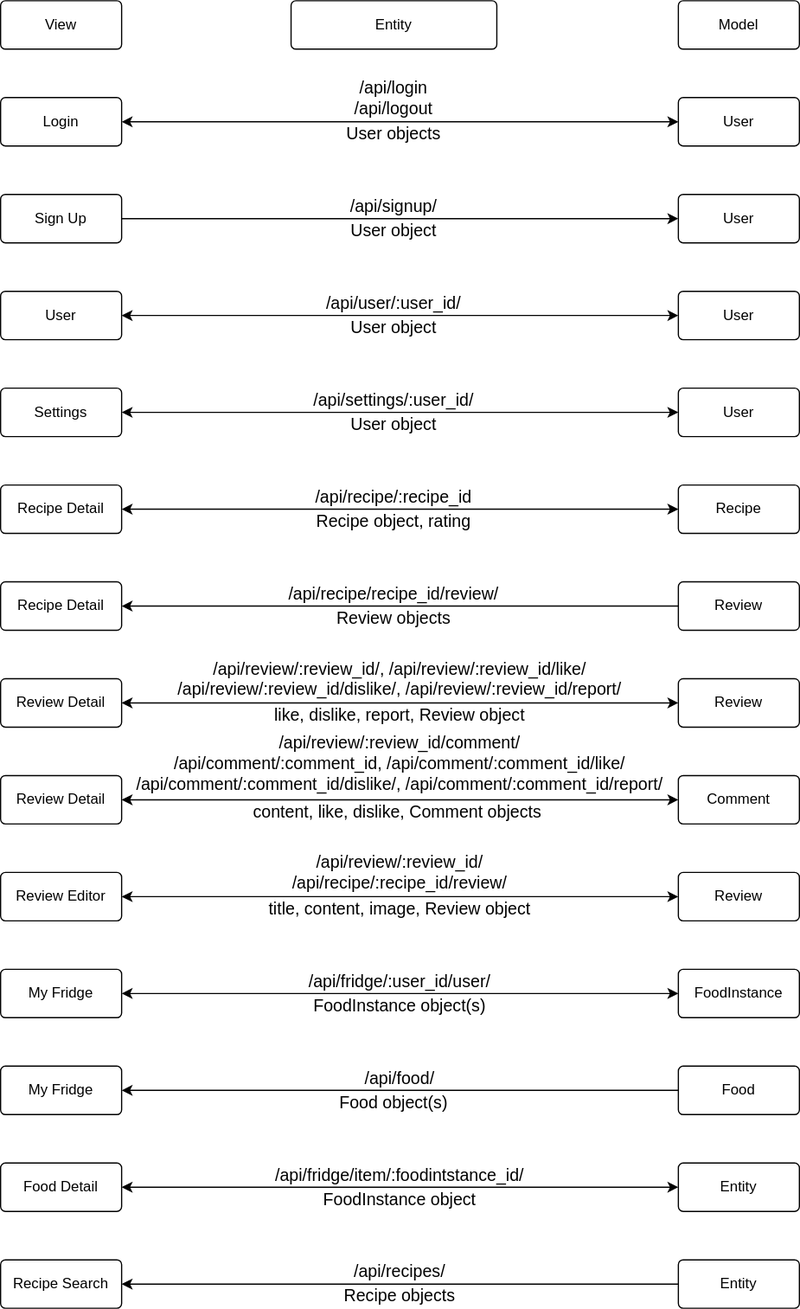
Earlier version of the draw.io export img/controller.svg (swsnu/swpp2020-team10). Source tidied: cells renumbered, new cells last; positions are measured from the earlier drawing's top-left corner, leaving out a move shared by most shapes.
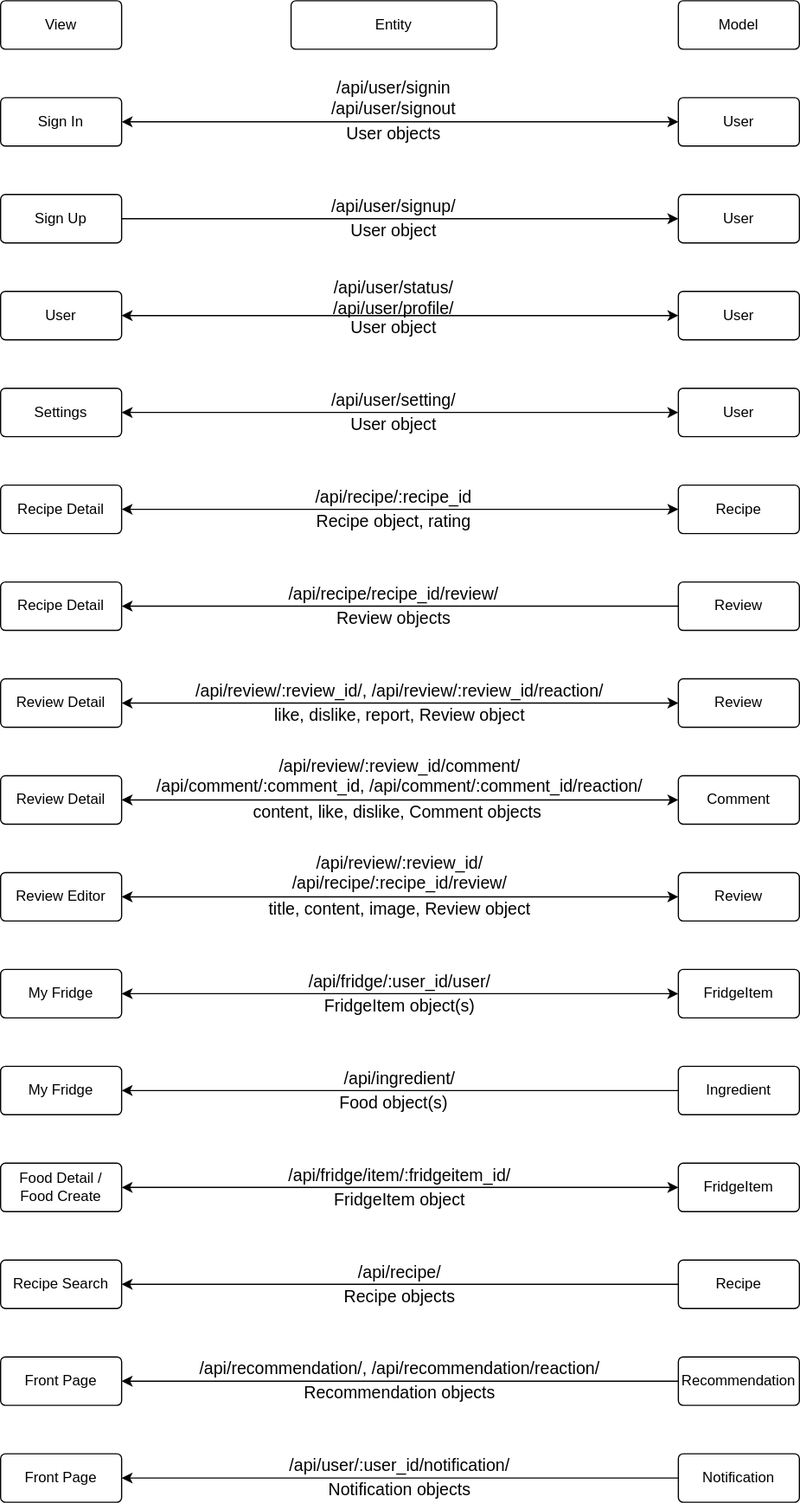
The same file after the commit.

What changed in the source:
```diff
@@ -23,7 +23,7 @@
     <mxCell id="8" value="Entity" style="rounded=1;arcSize=10;whiteSpace=wrap;html=1;align=center;fillColor=none;gradientColor=none;" parent="1" vertex="1">
       <mxGeometry x="240" width="170" height="40" as="geometry" />
     </mxCell>
-    <mxCell id="9" value="Login" style="rounded=1;arcSize=10;whiteSpace=wrap;html=1;align=center;fillColor=none;gradientColor=none;" parent="1" vertex="1">
+    <mxCell id="9" value="Sign In" style="rounded=1;arcSize=10;whiteSpace=wrap;html=1;align=center;fillColor=none;gradientColor=none;" parent="1" vertex="1">
       <mxGeometry y="80" width="100" height="40" as="geometry" />
     </mxCell>
     <mxCell id="10" style="edgeStyle=orthogonalEdgeStyle;rounded=0;jettySize=auto;html=1;exitX=1;exitY=0.5;exitDx=0;exitDy=0;entryX=0;entryY=0.5;entryDx=0;entryDy=0;startArrow=none;startFill=0;" parent="1" edge="1" source="11" target="6">
@@ -65,7 +65,7 @@
     <mxCell id="22" value="My Fridge" style="rounded=1;arcSize=10;whiteSpace=wrap;html=1;align=center;fillColor=none;gradientColor=none;" parent="1" vertex="1">
       <mxGeometry y="800" width="100" height="40" as="geometry" />
     </mxCell>
-    <mxCell id="23" value="Food Detail" style="rounded=1;arcSize=10;whiteSpace=wrap;html=1;align=center;fillColor=none;gradientColor=none;" parent="1" vertex="1">
+    <mxCell id="23" value="Food Detail /&lt;br&gt;Food Create" style="rounded=1;arcSize=10;whiteSpace=wrap;html=1;align=center;fillColor=none;gradientColor=none;" parent="1" vertex="1">
       <mxGeometry y="960" width="100" height="40" as="geometry" />
     </mxCell>
     <mxCell id="24" value="Recipe Search" style="rounded=1;arcSize=10;whiteSpace=wrap;html=1;align=center;fillColor=none;gradientColor=none;" parent="1" vertex="1">
@@ -98,25 +98,25 @@
     <mxCell id="33" style="edgeStyle=orthogonalEdgeStyle;rounded=0;jettySize=auto;html=1;exitX=0;exitY=0.5;exitDx=0;exitDy=0;entryX=1;entryY=0.5;entryDx=0;entryDy=0;startArrow=classic;startFill=1;" parent="1" edge="1" source="34" target="22">
       <mxGeometry relative="1" as="geometry" />
     </mxCell>
-    <mxCell id="34" value="FoodInstance" style="rounded=1;arcSize=10;whiteSpace=wrap;html=1;align=center;fillColor=none;gradientColor=none;" parent="1" vertex="1">
+    <mxCell id="34" value="FridgeItem" style="rounded=1;arcSize=10;whiteSpace=wrap;html=1;align=center;fillColor=none;gradientColor=none;" parent="1" vertex="1">
       <mxGeometry x="560" y="800" width="100" height="40" as="geometry" />
     </mxCell>
     <mxCell id="35" style="edgeStyle=orthogonalEdgeStyle;rounded=0;jettySize=auto;html=1;exitX=0;exitY=0.5;exitDx=0;exitDy=0;entryX=1;entryY=0.5;entryDx=0;entryDy=0;startArrow=classic;startFill=1;" parent="1" edge="1" source="36" target="23">
       <mxGeometry relative="1" as="geometry" />
     </mxCell>
-    <mxCell id="36" value="Entity" style="rounded=1;arcSize=10;whiteSpace=wrap;html=1;align=center;fillColor=none;gradientColor=none;" parent="1" vertex="1">
+    <mxCell id="36" value="FridgeItem" style="rounded=1;arcSize=10;whiteSpace=wrap;html=1;align=center;fillColor=none;gradientColor=none;" parent="1" vertex="1">
       <mxGeometry x="560" y="960" width="100" height="40" as="geometry" />
     </mxCell>
     <mxCell id="37" style="edgeStyle=orthogonalEdgeStyle;rounded=0;jettySize=auto;html=1;exitX=0;exitY=0.5;exitDx=0;exitDy=0;entryX=1;entryY=0.5;entryDx=0;entryDy=0;startArrow=none;startFill=0;" parent="1" edge="1" source="38" target="24">
       <mxGeometry relative="1" as="geometry" />
     </mxCell>
-    <mxCell id="38" value="Entity" style="rounded=1;arcSize=10;whiteSpace=wrap;html=1;align=center;fillColor=none;gradientColor=none;" parent="1" vertex="1">
+    <mxCell id="38" value="Recipe" style="rounded=1;arcSize=10;whiteSpace=wrap;html=1;align=center;fillColor=none;gradientColor=none;" parent="1" vertex="1">
       <mxGeometry x="560" y="1040" width="100" height="40" as="geometry" />
     </mxCell>
-    <mxCell id="39" value="&lt;font style=&quot;font-size: 14px&quot;&gt;/api/login&lt;br&gt;/api/logout&lt;/font&gt;" style="text;html=1;strokeColor=none;fillColor=none;align=center;verticalAlign=middle;whiteSpace=wrap;rounded=0;" parent="1" vertex="1">
+    <mxCell id="39" value="&lt;font style=&quot;font-size: 14px&quot;&gt;/api/user/signin&lt;br&gt;/api/user/signout&lt;/font&gt;" style="text;html=1;strokeColor=none;fillColor=none;align=center;verticalAlign=middle;whiteSpace=wrap;rounded=0;" parent="1" vertex="1">
       <mxGeometry x="240" y="60" width="170" height="40" as="geometry" />
     </mxCell>
-    <mxCell id="40" value="&lt;font style=&quot;font-size: 14px&quot;&gt;/api/signup/&lt;/font&gt;" style="text;html=1;strokeColor=none;fillColor=none;align=center;verticalAlign=middle;whiteSpace=wrap;rounded=0;" parent="1" vertex="1">
+    <mxCell id="40" value="&lt;font style=&quot;font-size: 14px&quot;&gt;/api/user/signup/&lt;/font&gt;" style="text;html=1;strokeColor=none;fillColor=none;align=center;verticalAlign=middle;whiteSpace=wrap;rounded=0;" parent="1" vertex="1">
       <mxGeometry x="230" y="160" width="190" height="20" as="geometry" />
     </mxCell>
     <mxCell id="41" value="&lt;font style=&quot;font-size: 14px&quot;&gt;User objects&lt;/font&gt;" style="text;html=1;strokeColor=none;fillColor=none;align=center;verticalAlign=middle;whiteSpace=wrap;rounded=0;" parent="1" vertex="1">
@@ -128,10 +128,10 @@
     <mxCell id="43" value="&lt;font style=&quot;font-size: 14px&quot;&gt;User object&lt;/font&gt;" style="text;html=1;strokeColor=none;fillColor=none;align=center;verticalAlign=middle;whiteSpace=wrap;rounded=0;" parent="1" vertex="1">
       <mxGeometry x="240" y="260" width="170" height="20" as="geometry" />
     </mxCell>
-    <mxCell id="44" value="&lt;font style=&quot;font-size: 14px&quot;&gt;/api/user/:user_id/&lt;/font&gt;" style="text;html=1;strokeColor=none;fillColor=none;align=center;verticalAlign=middle;whiteSpace=wrap;rounded=0;" parent="1" vertex="1">
-      <mxGeometry x="240" y="240" width="170" height="20" as="geometry" />
+    <mxCell id="44" value="&lt;font style=&quot;font-size: 14px&quot;&gt;/api/user/status/&lt;br&gt;/api/user/profile/&lt;br&gt;&lt;/font&gt;" style="text;html=1;strokeColor=none;fillColor=none;align=center;verticalAlign=middle;whiteSpace=wrap;rounded=0;" parent="1" vertex="1">
+      <mxGeometry x="240" y="230" width="170" height="30" as="geometry" />
     </mxCell>
-    <mxCell id="45" value="&lt;font style=&quot;font-size: 14px&quot;&gt;/api/settings/:user_id/&lt;/font&gt;" style="text;html=1;strokeColor=none;fillColor=none;align=center;verticalAlign=middle;whiteSpace=wrap;rounded=0;" parent="1" vertex="1">
+    <mxCell id="45" value="&lt;font style=&quot;font-size: 14px&quot;&gt;/api/user/setting/&lt;/font&gt;" style="text;html=1;strokeColor=none;fillColor=none;align=center;verticalAlign=middle;whiteSpace=wrap;rounded=0;" parent="1" vertex="1">
       <mxGeometry x="240" y="320" width="170" height="20" as="geometry" />
     </mxCell>
     <mxCell id="46" value="&lt;font style=&quot;font-size: 14px&quot;&gt;User object&lt;/font&gt;" style="text;html=1;strokeColor=none;fillColor=none;align=center;verticalAlign=middle;whiteSpace=wrap;rounded=0;" parent="1" vertex="1">
@@ -158,14 +158,14 @@
     <mxCell id="53" value="&lt;font style=&quot;font-size: 14px&quot;&gt;like, dislike, report, Review object&lt;/font&gt;" style="text;html=1;strokeColor=none;fillColor=none;align=center;verticalAlign=middle;whiteSpace=wrap;rounded=0;" parent="1" vertex="1">
       <mxGeometry x="100" y="580" width="460" height="20" as="geometry" />
     </mxCell>
-    <mxCell id="54" value="&lt;font style=&quot;font-size: 14px&quot;&gt;/api/review/:review_id/, /api/review/:review_id/like/&lt;br&gt;/api/review/:review_id/dislike/, /api/review/:review_id/report/&lt;br&gt;&lt;/font&gt;" style="text;html=1;strokeColor=none;fillColor=none;align=center;verticalAlign=middle;whiteSpace=wrap;rounded=0;" parent="1" vertex="1">
-      <mxGeometry x="100" y="540" width="460" height="40" as="geometry" />
+    <mxCell id="54" value="&lt;font style=&quot;font-size: 14px&quot;&gt;/api/review/:review_id/, /api/review/:review_id/reaction/&lt;br&gt;&lt;/font&gt;" style="text;html=1;strokeColor=none;fillColor=none;align=center;verticalAlign=middle;whiteSpace=wrap;rounded=0;" parent="1" vertex="1">
+      <mxGeometry x="100" y="560" width="460" height="20" as="geometry" />
     </mxCell>
     <mxCell id="55" value="&lt;font style=&quot;font-size: 14px&quot;&gt;content, like, dislike, Comment objects&amp;nbsp;&lt;/font&gt;" style="text;html=1;strokeColor=none;fillColor=none;align=center;verticalAlign=middle;whiteSpace=wrap;rounded=0;" parent="1" vertex="1">
       <mxGeometry x="100" y="660" width="460" height="20" as="geometry" />
     </mxCell>
-    <mxCell id="56" value="&lt;font style=&quot;font-size: 14px&quot;&gt;/api/review/:review_id/comment/&lt;br&gt;/api/comment/:comment_id, /api/comment/:comment_id/like/&lt;br&gt;/api/comment/:comment_id/dislike/, /api/comment/:comment_id/report/&lt;br&gt;&lt;/font&gt;" style="text;html=1;strokeColor=none;fillColor=none;align=center;verticalAlign=middle;whiteSpace=wrap;rounded=0;" parent="1" vertex="1">
-      <mxGeometry x="100" y="600" width="460" height="60" as="geometry" />
+    <mxCell id="56" value="&lt;font style=&quot;font-size: 14px&quot;&gt;/api/review/:review_id/comment/&lt;br&gt;/api/comment/:comment_id, /api/comment/:comment_id/reaction/&lt;br&gt;&lt;/font&gt;" style="text;html=1;strokeColor=none;fillColor=none;align=center;verticalAlign=middle;whiteSpace=wrap;rounded=0;" parent="1" vertex="1">
+      <mxGeometry x="100" y="620" width="460" height="40" as="geometry" />
     </mxCell>
     <mxCell id="57" value="&lt;font style=&quot;font-size: 14px&quot;&gt;/api/review/:review_id/&lt;br&gt;/api/recipe/:recipe_id/review/&lt;br&gt;&lt;/font&gt;" style="text;html=1;strokeColor=none;fillColor=none;align=center;verticalAlign=middle;whiteSpace=wrap;rounded=0;" parent="1" vertex="1">
       <mxGeometry x="100" y="700" width="460" height="40" as="geometry" />
@@ -176,7 +176,7 @@
     <mxCell id="59" value="&lt;font style=&quot;font-size: 14px&quot;&gt;/api/fridge/:user_id/user/&lt;br&gt;&lt;/font&gt;" style="text;html=1;strokeColor=none;fillColor=none;align=center;verticalAlign=middle;whiteSpace=wrap;rounded=0;" parent="1" vertex="1">
       <mxGeometry x="100" y="800" width="460" height="20" as="geometry" />
     </mxCell>
-    <mxCell id="60" value="&lt;font style=&quot;font-size: 14px&quot;&gt;FoodInstance object(s)&lt;br&gt;&lt;/font&gt;" style="text;html=1;strokeColor=none;fillColor=none;align=center;verticalAlign=middle;whiteSpace=wrap;rounded=0;" parent="1" vertex="1">
+    <mxCell id="60" value="&lt;font style=&quot;font-size: 14px&quot;&gt;FridgeItem object(s)&lt;br&gt;&lt;/font&gt;" style="text;html=1;strokeColor=none;fillColor=none;align=center;verticalAlign=middle;whiteSpace=wrap;rounded=0;" parent="1" vertex="1">
       <mxGeometry x="100" y="820" width="460" height="20" as="geometry" />
     </mxCell>
     <mxCell id="61" value="My Fridge" style="rounded=1;arcSize=10;whiteSpace=wrap;html=1;align=center;fillColor=none;gradientColor=none;" parent="1" vertex="1">
@@ -185,26 +185,56 @@
     <mxCell id="62" style="edgeStyle=orthogonalEdgeStyle;rounded=0;jettySize=auto;html=1;exitX=0;exitY=0.5;exitDx=0;exitDy=0;entryX=1;entryY=0.5;entryDx=0;entryDy=0;startArrow=none;startFill=0;" parent="1" edge="1" source="63" target="61">
       <mxGeometry relative="1" as="geometry" />
     </mxCell>
-    <mxCell id="63" value="Food" style="rounded=1;arcSize=10;whiteSpace=wrap;html=1;align=center;fillColor=none;gradientColor=none;" parent="1" vertex="1">
+    <mxCell id="63" value="Ingredient" style="rounded=1;arcSize=10;whiteSpace=wrap;html=1;align=center;fillColor=none;gradientColor=none;" parent="1" vertex="1">
       <mxGeometry x="560" y="880" width="100" height="40" as="geometry" />
     </mxCell>
-    <mxCell id="64" value="&lt;font style=&quot;font-size: 14px&quot;&gt;/api/food/&lt;br&gt;&lt;/font&gt;" style="text;html=1;strokeColor=none;fillColor=none;align=center;verticalAlign=middle;whiteSpace=wrap;rounded=0;" parent="1" vertex="1">
+    <mxCell id="64" value="&lt;font style=&quot;font-size: 14px&quot;&gt;/api/ingredient/&lt;br&gt;&lt;/font&gt;" style="text;html=1;strokeColor=none;fillColor=none;align=center;verticalAlign=middle;whiteSpace=wrap;rounded=0;" parent="1" vertex="1">
       <mxGeometry x="100" y="880" width="460" height="20" as="geometry" />
     </mxCell>
     <mxCell id="65" value="&lt;font style=&quot;font-size: 14px&quot;&gt;Food object(s)&lt;br&gt;&lt;/font&gt;" style="text;html=1;strokeColor=none;fillColor=none;align=center;verticalAlign=middle;whiteSpace=wrap;rounded=0;" parent="1" vertex="1">
       <mxGeometry x="95" y="900" width="460" height="20" as="geometry" />
     </mxCell>
-    <mxCell id="66" value="&lt;font style=&quot;font-size: 14px&quot;&gt;/api/fridge/item/:foodintstance_id/&lt;br&gt;&lt;/font&gt;" style="text;html=1;strokeColor=none;fillColor=none;align=center;verticalAlign=middle;whiteSpace=wrap;rounded=0;" parent="1" vertex="1">
+    <mxCell id="66" value="&lt;font style=&quot;font-size: 14px&quot;&gt;/api/fridge/item/:fridgeitem_id/&lt;br&gt;&lt;/font&gt;" style="text;html=1;strokeColor=none;fillColor=none;align=center;verticalAlign=middle;whiteSpace=wrap;rounded=0;" parent="1" vertex="1">
       <mxGeometry x="100" y="960" width="460" height="20" as="geometry" />
     </mxCell>
-    <mxCell id="67" value="&lt;font style=&quot;font-size: 14px&quot;&gt;FoodInstance object&lt;br&gt;&lt;/font&gt;" style="text;html=1;strokeColor=none;fillColor=none;align=center;verticalAlign=middle;whiteSpace=wrap;rounded=0;" parent="1" vertex="1">
+    <mxCell id="67" value="&lt;font style=&quot;font-size: 14px&quot;&gt;FridgeItem object&lt;br&gt;&lt;/font&gt;" style="text;html=1;strokeColor=none;fillColor=none;align=center;verticalAlign=middle;whiteSpace=wrap;rounded=0;" parent="1" vertex="1">
       <mxGeometry x="100" y="980" width="460" height="20" as="geometry" />
     </mxCell>
-    <mxCell id="68" value="&lt;font style=&quot;font-size: 14px&quot;&gt;/api/recipes/&lt;br&gt;&lt;/font&gt;" style="text;html=1;strokeColor=none;fillColor=none;align=center;verticalAlign=middle;whiteSpace=wrap;rounded=0;" parent="1" vertex="1">
+    <mxCell id="68" value="&lt;font style=&quot;font-size: 14px&quot;&gt;/api/recipe/&lt;br&gt;&lt;/font&gt;" style="text;html=1;strokeColor=none;fillColor=none;align=center;verticalAlign=middle;whiteSpace=wrap;rounded=0;" parent="1" vertex="1">
       <mxGeometry x="100" y="1040" width="460" height="20" as="geometry" />
     </mxCell>
     <mxCell id="69" value="&lt;font style=&quot;font-size: 14px&quot;&gt;Recipe objects&lt;br&gt;&lt;/font&gt;" style="text;html=1;strokeColor=none;fillColor=none;align=center;verticalAlign=middle;whiteSpace=wrap;rounded=0;" parent="1" vertex="1">
       <mxGeometry x="100" y="1060" width="460" height="20" as="geometry" />
     </mxCell>
+    <mxCell id="70" value="Front Page" style="rounded=1;arcSize=10;whiteSpace=wrap;html=1;align=center;fillColor=none;gradientColor=none;" parent="1" vertex="1">
+      <mxGeometry y="1120" width="100" height="40" as="geometry" />
+    </mxCell>
+    <mxCell id="71" style="edgeStyle=orthogonalEdgeStyle;rounded=0;jettySize=auto;html=1;exitX=0;exitY=0.5;exitDx=0;exitDy=0;entryX=1;entryY=0.5;entryDx=0;entryDy=0;startArrow=none;startFill=0;" parent="1" edge="1" source="72" target="70">
+      <mxGeometry relative="1" as="geometry" />
+    </mxCell>
+    <mxCell id="72" value="Recommendation" style="rounded=1;arcSize=10;whiteSpace=wrap;html=1;align=center;fillColor=none;gradientColor=none;" parent="1" vertex="1">
+      <mxGeometry x="560" y="1120" width="100" height="40" as="geometry" />
+    </mxCell>
+    <mxCell id="73" value="&lt;font style=&quot;font-size: 14px&quot;&gt;/api/recommendation/, /api/recommendation/reaction/&lt;br&gt;&lt;/font&gt;" style="text;html=1;strokeColor=none;fillColor=none;align=center;verticalAlign=middle;whiteSpace=wrap;rounded=0;" parent="1" vertex="1">
+      <mxGeometry x="100" y="1120" width="460" height="20" as="geometry" />
+    </mxCell>
+    <mxCell id="74" value="&lt;font style=&quot;font-size: 14px&quot;&gt;Recommendation objects&lt;br&gt;&lt;/font&gt;" style="text;html=1;strokeColor=none;fillColor=none;align=center;verticalAlign=middle;whiteSpace=wrap;rounded=0;" parent="1" vertex="1">
+      <mxGeometry x="100" y="1140" width="460" height="20" as="geometry" />
+    </mxCell>
+    <mxCell id="75" value="Front Page" style="rounded=1;arcSize=10;whiteSpace=wrap;html=1;align=center;fillColor=none;gradientColor=none;" parent="1" vertex="1">
+      <mxGeometry y="1200" width="100" height="40" as="geometry" />
+    </mxCell>
+    <mxCell id="76" style="edgeStyle=orthogonalEdgeStyle;rounded=0;jettySize=auto;html=1;exitX=0;exitY=0.5;exitDx=0;exitDy=0;entryX=1;entryY=0.5;entryDx=0;entryDy=0;startArrow=none;startFill=0;" parent="1" edge="1" source="77" target="75">
+      <mxGeometry relative="1" as="geometry" />
+    </mxCell>
+    <mxCell id="77" value="Notification" style="rounded=1;arcSize=10;whiteSpace=wrap;html=1;align=center;fillColor=none;gradientColor=none;" parent="1" vertex="1">
+      <mxGeometry x="560" y="1200" width="100" height="40" as="geometry" />
+    </mxCell>
+    <mxCell id="78" value="&lt;font style=&quot;font-size: 14px&quot;&gt;/api/user/:user_id/notification/&lt;br&gt;&lt;/font&gt;" style="text;html=1;strokeColor=none;fillColor=none;align=center;verticalAlign=middle;whiteSpace=wrap;rounded=0;" parent="1" vertex="1">
+      <mxGeometry x="100" y="1200" width="460" height="20" as="geometry" />
+    </mxCell>
+    <mxCell id="79" value="&lt;font style=&quot;font-size: 14px&quot;&gt;Notification objects&lt;br&gt;&lt;/font&gt;" style="text;html=1;strokeColor=none;fillColor=none;align=center;verticalAlign=middle;whiteSpace=wrap;rounded=0;" parent="1" vertex="1">
+      <mxGeometry x="100" y="1220" width="460" height="20" as="geometry" />
+    </mxCell>
   </root>
 </mxGraphModel>
```
